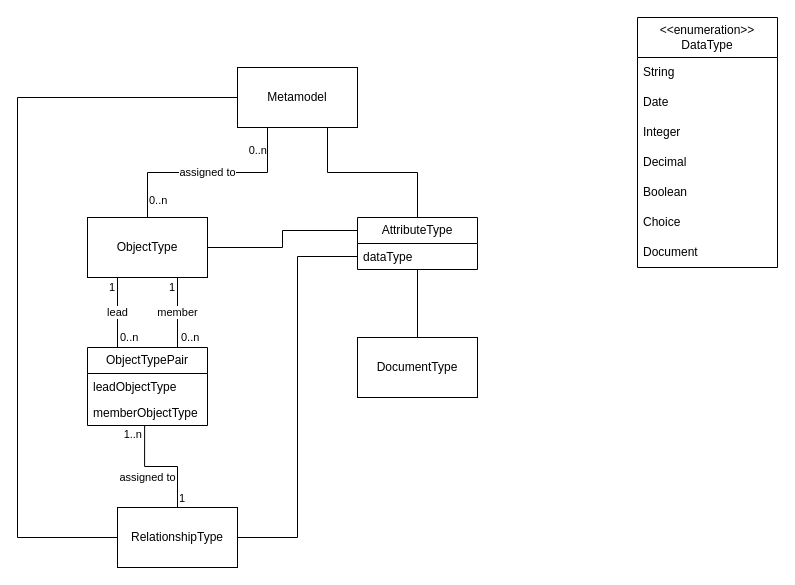
martinlt/reference keeps this draw.io diagram as Metamodel.drawio. Above is the earlier version. Source tidied: cells renumbered, new cells numbered last; positions are measured from the earlier drawing's top-left corner, leaving out a move shared by most shapes. Both pictures are drawn from the tidied source at 100%, with x=0, y=0 at pixel (17, 17).
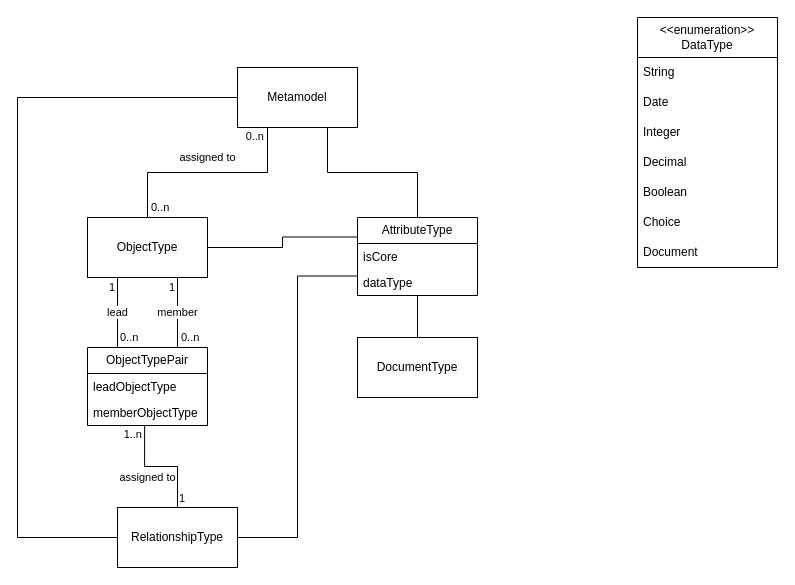
After the change.

The change refers to these unchanged cells:
```xml
<mxCell id="2" value="Metamodel" style="rounded=0;whiteSpace=wrap;html=1;" parent="1" vertex="1">
  <mxGeometry x="220" y="50" width="120" height="60" as="geometry" />
</mxCell>
<mxCell id="3" value="ObjectType" style="rounded=0;whiteSpace=wrap;html=1;" parent="1" vertex="1">
  <mxGeometry x="70" y="200" width="120" height="60" as="geometry" />
</mxCell>
```

What changed in the source:
```diff
@@
     <mxCell id="17" value="AttributeType" style="swimlane;fontStyle=0;horizontal=1;startSize=26;fillColor=none;whiteSpace=wrap;html=1;" parent="1" vertex="1">
-      <mxGeometry x="340" y="200" width="120" height="52" as="geometry" />
+      <mxGeometry x="340" y="200" width="120" height="78" as="geometry" />
     </mxCell>
+    <mxCell id="36" value="isCore" style="text;strokeColor=none;fillColor=none;align=left;verticalAlign=top;spacingLeft=4;spacingRight=4;overflow=hidden;whiteSpace=wrap;html=1;" parent="17" vertex="1">
+      <mxGeometry y="26" width="120" height="26" as="geometry" />
+    </mxCell>
     <mxCell id="18" value="dataType" style="text;strokeColor=none;fillColor=none;align=left;verticalAlign=top;spacingLeft=4;spacingRight=4;overflow=hidden;whiteSpace=wrap;html=1;" parent="17" vertex="1">
-      <mxGeometry y="26" width="120" height="26" as="geometry" />
+      <mxGeometry y="52" width="120" height="26" as="geometry" />
     </mxCell>
@@
     <mxCell id="21" value="assigned to" style="endArrow=none;html=1;endSize=12;startArrow=none;startSize=14;startFill=0;edgeStyle=orthogonalEdgeStyle;rounded=0;entryX=0.25;entryY=1;entryDx=0;entryDy=0;exitX=0.5;exitY=0;exitDx=0;exitDy=0;" parent="1" edge="1" source="3" target="2">
-      <mxGeometry relative="1" as="geometry" />
+      <mxGeometry y="15" relative="1" as="geometry" />
     </mxCell>
     <mxCell id="22" value="0..n" style="edgeLabel;html=1;align=left;verticalAlign=top;" parent="21" vertex="1">
       <mxGeometry x="-1" relative="1" as="geometry">
-        <mxPoint y="-30" as="offset" />
+        <mxPoint x="2" y="-23" as="offset" />
       </mxGeometry>
     </mxCell>
     <mxCell id="23" value="0..n" style="edgeLabel;html=1;align=right;verticalAlign=top;" parent="21" vertex="1">
       <mxGeometry x="1" relative="1" as="geometry">
-        <mxPoint y="10" as="offset" />
+        <mxPoint x="-3" y="-4" as="offset" />
       </mxGeometry>
     </mxCell>
```
